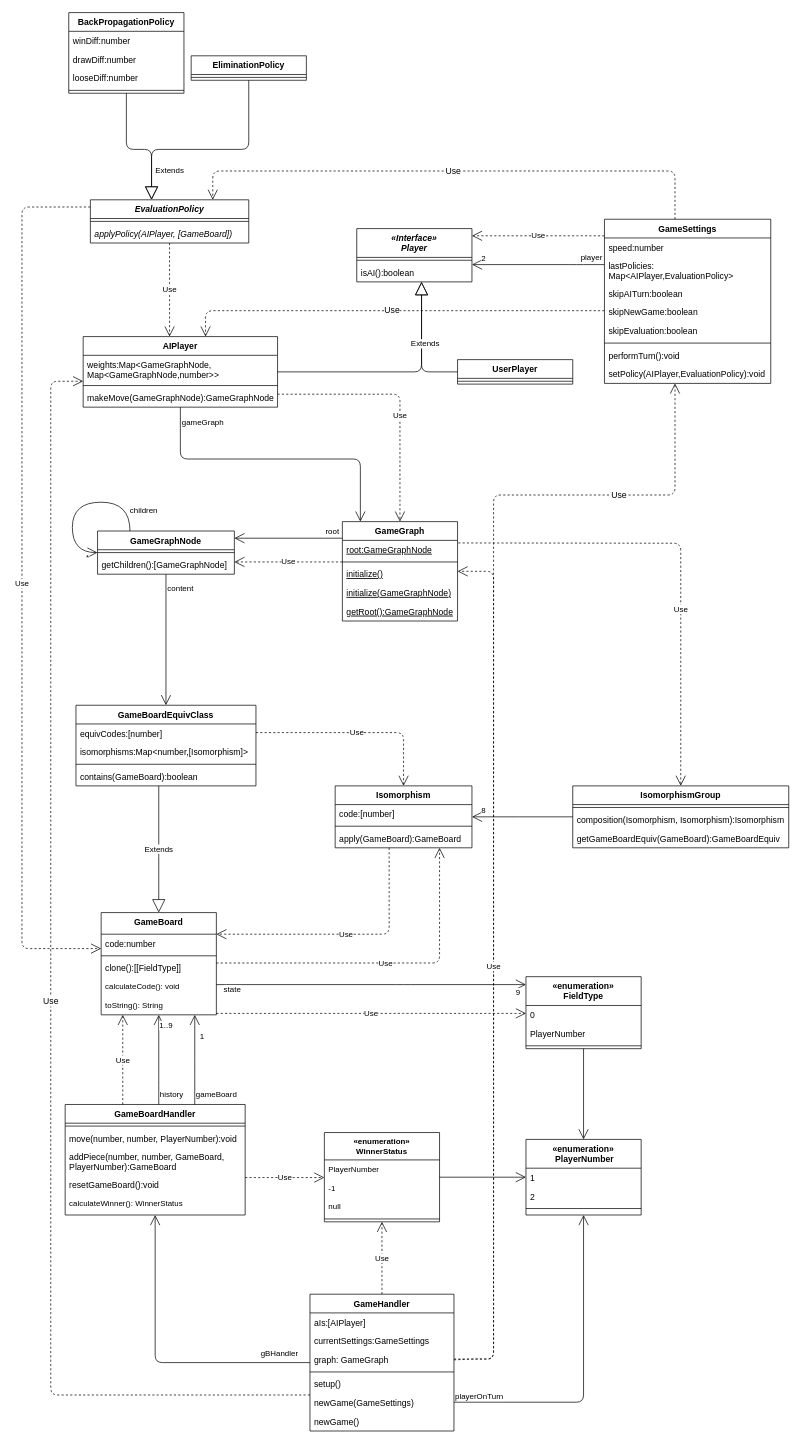
idlaviV/TIKTacToe keeps this draw.io diagram as ProductBacklog/Klassendiagramme/Planung.drawio. Above is the earlier version. Source tidied: cells renumbered, new cells numbered last; positions are measured from the earlier drawing's top-left corner, leaving out a move shared by most shapes. Both pictures are drawn from the tidied source at 72%, with x=0, y=0 at pixel (22, 12).
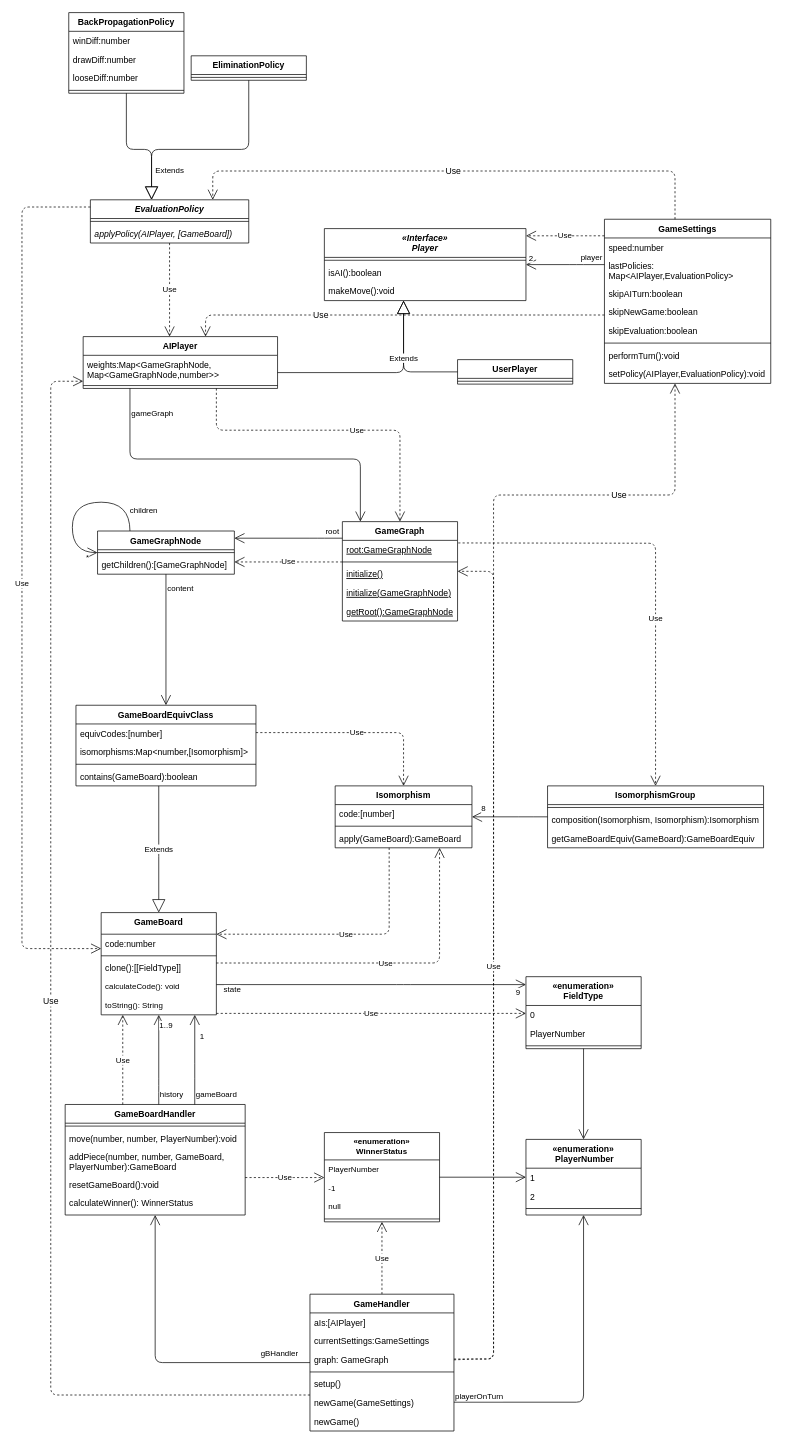
After the change.

The change refers to these unchanged cells:
```xml
<mxCell id="8" value="GameBoardHandler" style="swimlane;fontStyle=1;align=center;verticalAlign=top;horizontal=1;startSize=26;rounded=0;shadow=0;strokeWidth=1;" parent="1" vertex="1">
  <mxGeometry x="60" y="1516.5" width="250" height="153.5" as="geometry" />
</mxCell>
<mxCell id="52" value="GameGraph" style="swimlane;fontStyle=1;align=center;verticalAlign=top;horizontal=1;startSize=26;" parent="1" vertex="1">
  <mxGeometry x="445" y="707" width="160" height="138" as="geometry" />
</mxCell>
<mxCell id="53" value="root:GameGraphNode" style="text;strokeColor=none;fillColor=none;align=left;verticalAlign=top;spacingLeft=4;spacingRight=4;overflow=hidden;points=[[0,0.5],[1,0.5]];portConstraint=eastwest;fontStyle=4;" parent="52" vertex="1">
  <mxGeometry y="26" width="160" height="26" as="geometry" />
</mxCell>
<mxCell id="66" value="UserPlayer" style="swimlane;fontStyle=1;align=center;verticalAlign=top;horizontal=1;startSize=26;labelBackgroundColor=none;fillStyle=auto;" parent="1" vertex="1">
  <mxGeometry x="605" y="482" width="160" height="34" as="geometry" />
</mxCell>
<mxCell id="83" value="GameSettings" style="swimlane;fontStyle=1;align=center;verticalAlign=top;horizontal=1;startSize=26;" parent="1" vertex="1">
  <mxGeometry x="809" y="287" width="231" height="228" as="geometry" />
</mxCell>
<mxCell id="127" style="endArrow=open;endFill=1;endSize=12;html=1;edgeStyle=elbowEdgeStyle;" parent="1" edge="1" source="83" target="63">
  <mxGeometry relative="1" as="geometry">
    <Array as="points">
      <mxPoint x="770" y="350" />
    </Array>
  </mxGeometry>
</mxCell>
<mxCell id="131" style="endArrow=open;endFill=1;endSize=12;html=1;edgeStyle=elbowEdgeStyle;" parent="1" edge="1" source="37" target="32">
  <mxGeometry relative="1" as="geometry">
    <Array as="points">
      <mxPoint x="700" y="1117" />
      <mxPoint x="680" y="1100" />
    </Array>
  </mxGeometry>
</mxCell>
```

Change to the diagram source:
```diff
@@
-    <mxCell id="13" value="calculateWinner(): WinnerStatus" style="text;strokeColor=none;fillColor=none;align=left;verticalAlign=top;spacingLeft=4;spacingRight=4;overflow=hidden;fontFamily=Helvetica;fontSize=11;fontColor=default;rounded=0;" parent="8" vertex="1">
+    <mxCell id="13" value="calculateWinner(): WinnerStatus" style="text;strokeColor=none;fillColor=none;align=left;verticalAlign=top;spacingLeft=4;spacingRight=4;overflow=hidden;fontFamily=Helvetica;fontSize=12;fontColor=default;rounded=0;" parent="8" vertex="1">
       <mxGeometry y="124" width="250" height="26" as="geometry" />
     </mxCell>
@@
     <mxCell id="37" value="IsomorphismGroup" style="swimlane;fontStyle=1;align=center;verticalAlign=top;horizontal=1;startSize=26;rounded=0;" parent="1" vertex="1">
-      <mxGeometry x="765" y="1074" width="300" height="86" as="geometry" />
+      <mxGeometry x="730" y="1074" width="300" height="86" as="geometry" />
     </mxCell>
@@
     <mxCell id="58" value="AIPlayer" style="swimlane;fontStyle=1;align=center;verticalAlign=top;horizontal=1;startSize=26;" parent="1" vertex="1">
-      <mxGeometry x="85" y="450" width="270" height="98" as="geometry" />
+      <mxGeometry x="85" y="450" width="270" height="72" as="geometry" />
     </mxCell>
@@
-    <mxCell id="61" value="makeMove(GameGraphNode):GameGraphNode" style="text;strokeColor=none;fillColor=none;align=left;verticalAlign=top;spacingLeft=4;spacingRight=4;overflow=hidden;" parent="58" vertex="1">
-      <mxGeometry y="72" width="270" height="26" as="geometry" />
-    </mxCell>
     <mxCell id="62" value="Use" style="endArrow=open;endSize=12;dashed=1;html=1;edgeStyle=orthogonalEdgeStyle;" parent="1" edge="1" source="58" target="52">
       <mxGeometry x="0.15" relative="1" as="geometry">
         <Array as="points">
-          <mxPoint x="525" y="530" />
+          <mxPoint x="270" y="580" />
+          <mxPoint x="525" y="580" />
         </Array>
       </mxGeometry>
     </mxCell>
     <mxCell id="63" value="«Interface»&#10;Player" style="swimlane;fontStyle=3;align=center;verticalAlign=top;horizontal=1;startSize=40;" parent="1" vertex="1">
-      <mxGeometry x="465" y="300" width="160" height="74" as="geometry" />
+      <mxGeometry x="420" y="300" width="280" height="100" as="geometry" />
     </mxCell>
     <mxCell id="64" style="line;strokeWidth=1;fillColor=none;align=left;verticalAlign=middle;spacingTop=-1;spacingLeft=3;spacingRight=3;labelPosition=right;strokeColor=inherit;" parent="63" vertex="1">
-      <mxGeometry y="40" width="160" height="8" as="geometry" />
+      <mxGeometry y="40" width="280" height="8" as="geometry" />
     </mxCell>
     <mxCell id="65" value="isAI():boolean" style="text;strokeColor=none;fillColor=none;align=left;verticalAlign=top;spacingLeft=4;spacingRight=4;overflow=hidden;" parent="63" vertex="1">
-      <mxGeometry y="48" width="160" height="26" as="geometry" />
+      <mxGeometry y="48" width="280" height="26" as="geometry" />
     </mxCell>
+    <mxCell id="61" value="makeMove():void" style="text;strokeColor=none;fillColor=none;align=left;verticalAlign=top;spacingLeft=4;spacingRight=4;overflow=hidden;" parent="63" vertex="1">
+      <mxGeometry y="74" width="280" height="26" as="geometry" />
+    </mxCell>
@@
     <mxCell id="68" style="endArrow=block;endSize=16;endFill=0;html=1;edgeStyle=elbowEdgeStyle;" parent="1" edge="1" source="66" target="63">
       <mxGeometry x="-0.63" y="8" relative="1" as="geometry">
         <Array as="points">
+          <mxPoint x="530" y="450" />
           <mxPoint x="555" y="440" />
           <mxPoint x="530" y="512" />
         </Array>
       </mxGeometry>
     </mxCell>
@@
     <mxCell id="103" value="Use" style="endArrow=open;endSize=12;dashed=1;html=1;rounded=1;fontSize=12;edgeStyle=orthogonalEdgeStyle;" parent="1" edge="1" source="83" target="58">
-      <mxGeometry relative="1" as="geometry">
+      <mxGeometry x="0.35" relative="1" as="geometry">
         <Array as="points">
-          <mxPoint x="255" y="414" />
+          <mxPoint x="255" y="420" />
         </Array>
       </mxGeometry>
     </mxCell>
@@
     <mxCell id="105" value="Use" style="endArrow=open;endSize=12;dashed=1;html=1;exitX=1.006;exitY=0.138;exitDx=0;exitDy=0;exitPerimeter=0;" parent="1" edge="1" source="53" target="37">
       <mxGeometry x="0.24" relative="1" as="geometry">
         <Array as="points">
-          <mxPoint x="915" y="737" />
+          <mxPoint x="880" y="737" />
         </Array>
       </mxGeometry>
     </mxCell>
@@
     <mxCell id="125" style="endArrow=open;endFill=1;endSize=12;html=1;edgeStyle=orthogonalEdgeStyle;" parent="1" edge="1" source="58" target="52">
       <mxGeometry relative="1" as="geometry">
         <Array as="points">
-          <mxPoint x="220" y="620" />
+          <mxPoint x="150" y="620" />
           <mxPoint x="470" y="620" />
         </Array>
       </mxGeometry>
     </mxCell>
@@
     <mxCell id="128" value="player" style="edgeLabel;html=1;align=center;verticalAlign=middle;" parent="127" vertex="1">
       <mxGeometry x="-0.76" y="1" relative="1" as="geometry">
-        <mxPoint x="3" y="-12" as="offset" />
+        <mxPoint x="-6" y="-12" as="offset" />
       </mxGeometry>
     </mxCell>
@@
     <mxCell id="130" value="Extends" style="endArrow=block;endSize=16;endFill=0;html=1;edgeStyle=elbowEdgeStyle;" parent="1" edge="1" source="58" target="63">
-      <mxGeometry x="0.47" y="-5" relative="1" as="geometry">
+      <mxGeometry x="0.56" y="-20" relative="1" as="geometry">
         <Array as="points">
+          <mxPoint x="530" y="500" />
+          <mxPoint x="530" y="450" />
           <mxPoint x="555" y="430" />
           <mxPoint x="530" y="390" />
         </Array>
+        <mxPoint x="-20" y="20" as="offset" />
       </mxGeometry>
     </mxCell>
@@
     <mxCell id="132" value="8" style="edgeLabel;html=1;align=center;verticalAlign=middle;" parent="131" vertex="1">
       <mxGeometry x="-0.1" y="1" relative="1" as="geometry">
-        <mxPoint x="-62" y="-11" as="offset" />
+        <mxPoint x="-43" y="-14" as="offset" />
       </mxGeometry>
     </mxCell>
```
